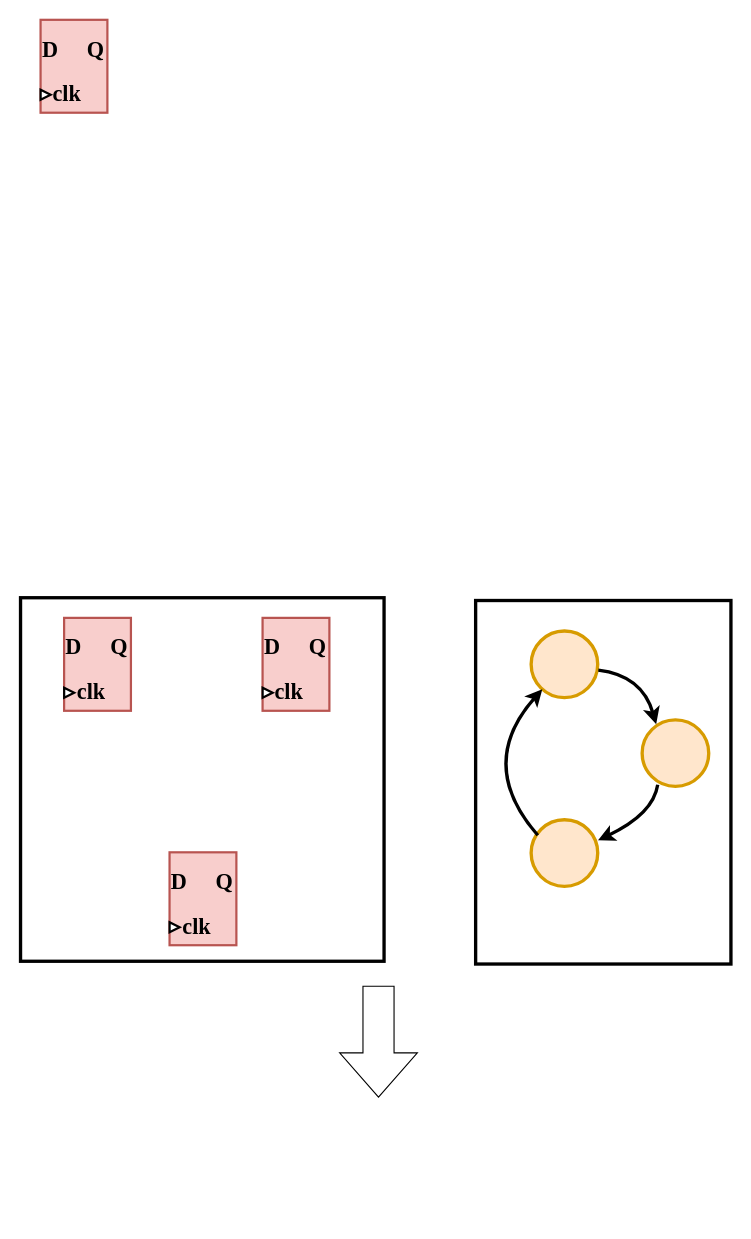
kxzhu0505/LogicSynOpt keeps this draw.io diagram as logicsynthesis.drawio. Above is the earlier version. Source tidied: cells renumbered, new cells numbered last; positions are measured from the earlier drawing's top-left corner, leaving out a move shared by most shapes. Both pictures are drawn from the tidied source at 111%, with x=0, y=0 at pixel (20, 20).
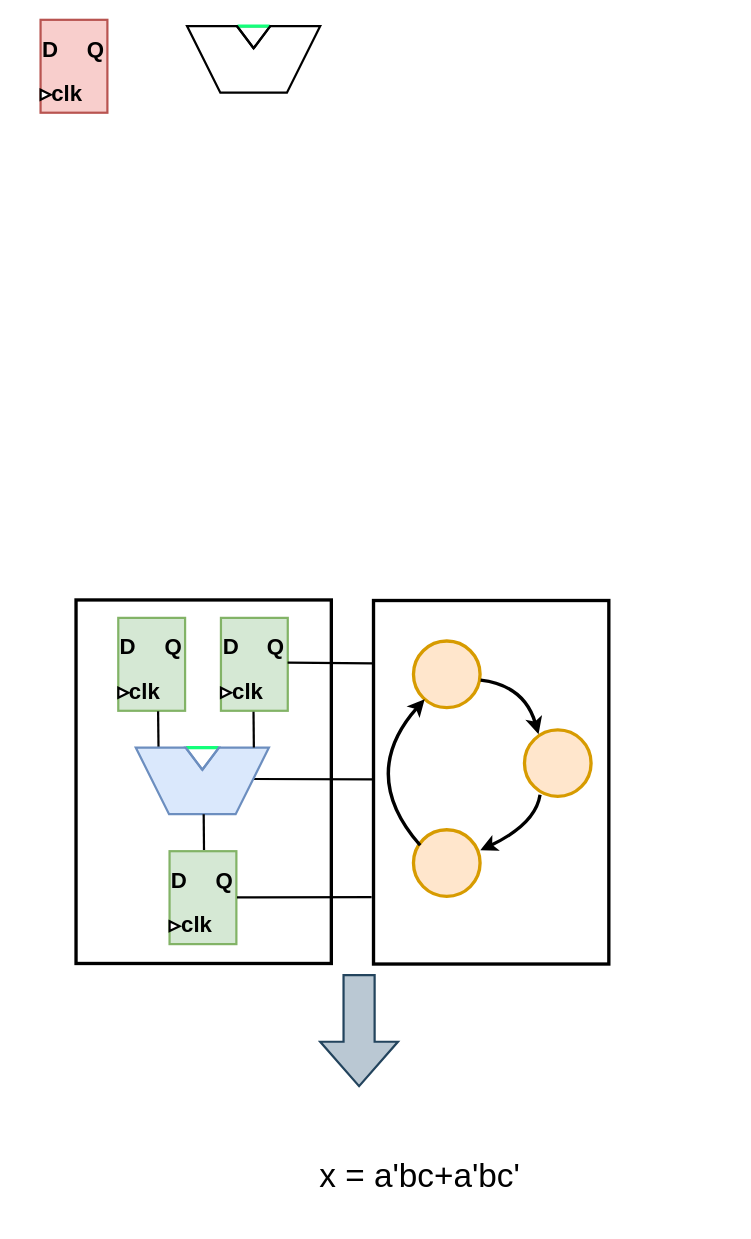
After the change.

Diff of the diagram source:
```diff
@@
-    <mxCell id="2" style="whiteSpace=wrap;html=1;strokeWidth=3;" parent="1" vertex="1">
-      <mxGeometry y="520" width="327.5" height="327.5" as="geometry" />
-    </mxCell>
-    <mxCell id="3" style="group;" parent="1" vertex="1">
+    <mxCell id="3" style="group;fontFamily=Helvetica;" parent="1" vertex="1">
       <mxGeometry width="95" height="82.5" as="geometry" />
     </mxCell>
-    <mxCell id="4" style="rounded=0;whiteSpace=wrap;html=1;rotation=90;strokeWidth=2;fontFamily=Times New Roman;fillColor=#f8cecc;strokeColor=#b85450;" parent="3" vertex="1">
+    <mxCell id="4" style="rounded=0;whiteSpace=wrap;html=1;rotation=90;strokeWidth=2;fontFamily=Helvetica;fillColor=#f8cecc;strokeColor=#b85450;" parent="3" vertex="1">
       <mxGeometry x="6.3" y="11.1" width="83.7" height="60.2" as="geometry" />
     </mxCell>
-    <mxCell id="5" value="&lt;font size=&quot;1&quot;&gt;&lt;b style=&quot;font-size: 20px;&quot;&gt;D&lt;/b&gt;&lt;/font&gt;" style="text;html=1;strokeColor=none;fillColor=none;align=center;verticalAlign=middle;whiteSpace=wrap;rounded=0;strokeWidth=2;fontFamily=Times New Roman;" parent="3" vertex="1">
+    <mxCell id="5" value="&lt;font size=&quot;1&quot;&gt;&lt;b style=&quot;font-size: 20px;&quot;&gt;D&lt;/b&gt;&lt;/font&gt;" style="text;html=1;strokeColor=none;fillColor=none;align=center;verticalAlign=middle;whiteSpace=wrap;rounded=0;strokeWidth=2;fontFamily=Helvetica;" parent="3" vertex="1">
       <mxGeometry y="11.1" width="54.3" height="26.8" as="geometry" />
     </mxCell>
-    <mxCell id="6" value="&lt;font size=&quot;1&quot;&gt;&lt;b style=&quot;font-size: 20px;&quot;&gt;Q&lt;/b&gt;&lt;/font&gt;" style="text;html=1;strokeColor=none;fillColor=none;align=center;verticalAlign=middle;whiteSpace=wrap;rounded=0;strokeWidth=2;fontFamily=Times New Roman;" parent="3" vertex="1">
+    <mxCell id="6" value="&lt;font size=&quot;1&quot;&gt;&lt;b style=&quot;font-size: 20px;&quot;&gt;Q&lt;/b&gt;&lt;/font&gt;" style="text;html=1;strokeColor=none;fillColor=none;align=center;verticalAlign=middle;whiteSpace=wrap;rounded=0;strokeWidth=2;fontFamily=Helvetica;" parent="3" vertex="1">
       <mxGeometry x="40.7" y="11.1" width="54.3" height="26.8" as="geometry" />
     </mxCell>
-    <mxCell id="7" style="triangle;whiteSpace=wrap;html=1;strokeWidth=2;fontFamily=Times New Roman;" parent="3" vertex="1">
+    <mxCell id="7" style="triangle;whiteSpace=wrap;html=1;strokeWidth=2;fontFamily=Helvetica;" parent="3" vertex="1">
       <mxGeometry x="18.1" y="62.4" width="9" height="8.9" as="geometry" />
     </mxCell>
-    <mxCell id="8" value="&lt;font size=&quot;1&quot;&gt;&lt;b style=&quot;font-size: 20px;&quot;&gt;clk&lt;/b&gt;&lt;/font&gt;" style="text;html=1;strokeColor=none;fillColor=none;align=center;verticalAlign=middle;whiteSpace=wrap;rounded=0;strokeWidth=2;fontFamily=Times New Roman;" parent="3" vertex="1">
+    <mxCell id="8" value="&lt;font size=&quot;1&quot;&gt;&lt;b style=&quot;font-size: 20px;&quot;&gt;clk&lt;/b&gt;&lt;/font&gt;" style="text;html=1;strokeColor=none;fillColor=none;align=center;verticalAlign=middle;whiteSpace=wrap;rounded=0;strokeWidth=2;fontFamily=Helvetica;" parent="3" vertex="1">
       <mxGeometry x="15.4" y="51.7" width="54.3" height="26.8" as="geometry" />
     </mxCell>
-    <mxCell id="9" style="rounded=0;whiteSpace=wrap;html=1;strokeWidth=3;" parent="1" vertex="1">
-      <mxGeometry x="410" y="522.5" width="230" height="327.5" as="geometry" />
+    <mxCell id="9" style="rounded=0;whiteSpace=wrap;html=1;strokeWidth=3;fontFamily=Helvetica;" parent="1" vertex="1">
+      <mxGeometry x="318" y="522.5" width="212" height="327.5" as="geometry" />
     </mxCell>
-    <mxCell id="10" style="ellipse;whiteSpace=wrap;html=1;fillColor=#ffe6cc;strokeColor=#d79b00;strokeWidth=3;" parent="1" vertex="1">
-      <mxGeometry x="460" y="550" width="60" height="60" as="geometry" />
+    <mxCell id="10" style="ellipse;whiteSpace=wrap;html=1;fillColor=#ffe6cc;strokeColor=#d79b00;strokeWidth=3;fontFamily=Helvetica;" parent="1" vertex="1">
+      <mxGeometry x="354" y="559" width="60" height="60" as="geometry" />
     </mxCell>
-    <mxCell id="11" style="ellipse;whiteSpace=wrap;html=1;fillColor=#ffe6cc;strokeColor=#d79b00;strokeWidth=3;" parent="1" vertex="1">
-      <mxGeometry x="560" y="630" width="60" height="60" as="geometry" />
+    <mxCell id="11" style="ellipse;whiteSpace=wrap;html=1;fillColor=#ffe6cc;strokeColor=#d79b00;strokeWidth=3;fontFamily=Helvetica;" parent="1" vertex="1">
+      <mxGeometry x="454" y="639" width="60" height="60" as="geometry" />
     </mxCell>
-    <mxCell id="12" style="ellipse;whiteSpace=wrap;html=1;fillColor=#ffe6cc;strokeColor=#d79b00;strokeWidth=3;" parent="1" vertex="1">
-      <mxGeometry x="460" y="720" width="60" height="60" as="geometry" />
+    <mxCell id="12" style="ellipse;whiteSpace=wrap;html=1;fillColor=#ffe6cc;strokeColor=#d79b00;strokeWidth=3;fontFamily=Helvetica;" parent="1" vertex="1">
+      <mxGeometry x="354" y="729" width="60" height="60" as="geometry" />
     </mxCell>
-    <mxCell id="13" style="curved=1;endArrow=classic;html=1;rounded=0;strokeWidth=3;exitX=0.427;exitY=1.016;exitDx=0;exitDy=0;exitPerimeter=0;" parent="1" edge="1" target="10">
+    <mxCell id="13" style="curved=1;endArrow=classic;html=1;rounded=0;strokeWidth=3;exitX=0.427;exitY=1.016;exitDx=0;exitDy=0;exitPerimeter=0;fontFamily=Helvetica;" parent="1" edge="1" target="10">
       <mxGeometry relative="1" as="geometry">
-        <mxPoint x="466" y="734" as="sourcePoint" />
+        <mxPoint x="360" y="743" as="sourcePoint" />
         <Array as="points">
-          <mxPoint x="410" y="670" />
+          <mxPoint x="304" y="679" />
         </Array>
       </mxGeometry>
     </mxCell>
-    <mxCell id="14" style="curved=1;endArrow=classic;html=1;rounded=0;strokeWidth=3;exitX=1.009;exitY=0.588;exitDx=0;exitDy=0;exitPerimeter=0;entryX=0.211;entryY=0.066;entryDx=0;entryDy=0;entryPerimeter=0;" parent="1" edge="1" source="10" target="11">
+    <mxCell id="14" style="curved=1;endArrow=classic;html=1;rounded=0;strokeWidth=3;exitX=1.009;exitY=0.588;exitDx=0;exitDy=0;exitPerimeter=0;entryX=0.211;entryY=0.066;entryDx=0;entryDy=0;entryPerimeter=0;fontFamily=Helvetica;" parent="1" edge="1" source="10" target="11">
       <mxGeometry relative="1" as="geometry">
         <Array as="points">
-          <mxPoint x="560" y="590" />
+          <mxPoint x="454" y="599" />
         </Array>
       </mxGeometry>
     </mxCell>
-    <mxCell id="15" style="curved=1;endArrow=classic;html=1;rounded=0;strokeWidth=3;exitX=0.234;exitY=0.976;exitDx=0;exitDy=0;exitPerimeter=0;entryX=1.004;entryY=0.308;entryDx=0;entryDy=0;entryPerimeter=0;" parent="1" edge="1" source="11" target="12">
+    <mxCell id="15" style="curved=1;endArrow=classic;html=1;rounded=0;strokeWidth=3;exitX=0.234;exitY=0.976;exitDx=0;exitDy=0;exitPerimeter=0;entryX=1.004;entryY=0.308;entryDx=0;entryDy=0;entryPerimeter=0;fontFamily=Helvetica;" parent="1" edge="1" source="11" target="12">
       <mxGeometry relative="1" as="geometry">
         <Array as="points">
-          <mxPoint x="570" y="715" />
+          <mxPoint x="464" y="724" />
         </Array>
       </mxGeometry>
     </mxCell>
-    <mxCell id="16" style="html=1;shadow=0;dashed=0;align=center;verticalAlign=middle;shape=mxgraph.arrows2.arrow;dy=0.6;dx=40;direction=south;notch=0;" parent="1" vertex="1">
-      <mxGeometry x="287.5" y="870" width="70" height="100" as="geometry" />
+    <mxCell id="16" style="html=1;shadow=0;dashed=0;align=center;verticalAlign=middle;shape=mxgraph.arrows2.arrow;dy=0.6;dx=40;direction=south;notch=0;fillColor=#bac8d3;strokeColor=#23445d;strokeWidth=2;fontFamily=Helvetica;" parent="1" vertex="1">
+      <mxGeometry x="270" y="860" width="70" height="100" as="geometry" />
     </mxCell>
-    <mxCell id="17" style="group;" parent="1" vertex="1">
-      <mxGeometry x="21.2" y="538.8" width="95" height="82.5" as="geometry" />
+    <mxCell id="17" style="group;fontFamily=Helvetica;" parent="1" vertex="1">
+      <mxGeometry x="70" y="538.8" width="210" height="308.8" as="geometry" />
     </mxCell>
+    <mxCell id="35" style="rounded=0;whiteSpace=wrap;html=1;strokeWidth=3;fontFamily=Helvetica;" parent="17" vertex="1">
+      <mxGeometry x="-20" y="-16.8" width="230" height="327.5" as="geometry" />
+    </mxCell>
-    <mxCell id="18" style="rounded=0;whiteSpace=wrap;html=1;rotation=90;strokeWidth=2;fontFamily=Times New Roman;fillColor=#f8cecc;strokeColor=#b85450;" parent="17" vertex="1">
+    <mxCell id="18" style="rounded=0;whiteSpace=wrap;html=1;rotation=90;strokeWidth=2;fontFamily=Helvetica;fillColor=#d5e8d4;strokeColor=#82b366;" parent="17" vertex="1">
       <mxGeometry x="6.3" y="11.1" width="83.7" height="60.2" as="geometry" />
     </mxCell>
-    <mxCell id="19" value="&lt;font size=&quot;1&quot;&gt;&lt;b style=&quot;font-size: 20px;&quot;&gt;D&lt;/b&gt;&lt;/font&gt;" style="text;html=1;strokeColor=none;fillColor=none;align=center;verticalAlign=middle;whiteSpace=wrap;rounded=0;strokeWidth=2;fontFamily=Times New Roman;" parent="17" vertex="1">
+    <mxCell id="19" value="&lt;font size=&quot;1&quot;&gt;&lt;b style=&quot;font-size: 20px;&quot;&gt;D&lt;/b&gt;&lt;/font&gt;" style="text;html=1;strokeColor=none;fillColor=none;align=center;verticalAlign=middle;whiteSpace=wrap;rounded=0;strokeWidth=2;fontFamily=Helvetica;" parent="17" vertex="1">
       <mxGeometry y="11.1" width="54.3" height="26.8" as="geometry" />
     </mxCell>
-    <mxCell id="20" value="&lt;font size=&quot;1&quot;&gt;&lt;b style=&quot;font-size: 20px;&quot;&gt;Q&lt;/b&gt;&lt;/font&gt;" style="text;html=1;strokeColor=none;fillColor=none;align=center;verticalAlign=middle;whiteSpace=wrap;rounded=0;strokeWidth=2;fontFamily=Times New Roman;" parent="17" vertex="1">
+    <mxCell id="20" value="&lt;font size=&quot;1&quot;&gt;&lt;b style=&quot;font-size: 20px;&quot;&gt;Q&lt;/b&gt;&lt;/font&gt;" style="text;html=1;strokeColor=none;fillColor=none;align=center;verticalAlign=middle;whiteSpace=wrap;rounded=0;strokeWidth=2;fontFamily=Helvetica;" parent="17" vertex="1">
       <mxGeometry x="40.7" y="11.1" width="54.3" height="26.8" as="geometry" />
     </mxCell>
-    <mxCell id="21" style="triangle;whiteSpace=wrap;html=1;strokeWidth=2;fontFamily=Times New Roman;" parent="17" vertex="1">
+    <mxCell id="21" style="triangle;whiteSpace=wrap;html=1;strokeWidth=2;fontFamily=Helvetica;" parent="17" vertex="1">
       <mxGeometry x="18.1" y="62.4" width="9" height="8.9" as="geometry" />
     </mxCell>
-    <mxCell id="22" value="&lt;font size=&quot;1&quot;&gt;&lt;b style=&quot;font-size: 20px;&quot;&gt;clk&lt;/b&gt;&lt;/font&gt;" style="text;html=1;strokeColor=none;fillColor=none;align=center;verticalAlign=middle;whiteSpace=wrap;rounded=0;strokeWidth=2;fontFamily=Times New Roman;" parent="17" vertex="1">
+    <mxCell id="22" value="&lt;font size=&quot;1&quot;&gt;&lt;b style=&quot;font-size: 20px;&quot;&gt;clk&lt;/b&gt;&lt;/font&gt;" style="text;html=1;strokeColor=none;fillColor=none;align=center;verticalAlign=middle;whiteSpace=wrap;rounded=0;strokeWidth=2;fontFamily=Helvetica;" parent="17" vertex="1">
       <mxGeometry x="15.4" y="51.7" width="54.3" height="26.8" as="geometry" />
     </mxCell>
+    <mxCell id="36" style="endArrow=none;html=1;rounded=0;endSize=6;strokeWidth=2;entryX=0.82;entryY=0.974;entryDx=0;entryDy=0;entryPerimeter=0;exitX=1.006;exitY=0.404;exitDx=0;exitDy=0;exitPerimeter=0;fontFamily=Helvetica;" parent="17" edge="1" source="18">
+      <mxGeometry relative="1" as="geometry">
+        <mxPoint x="54.3" y="116.2" as="targetPoint" />
+      </mxGeometry>
+    </mxCell>
+    <mxCell id="37" style="endArrow=none;html=1;rounded=0;endSize=6;strokeWidth=2;exitX=-0.004;exitY=0.492;exitDx=0;exitDy=0;exitPerimeter=0;entryX=0.481;entryY=0.002;entryDx=0;entryDy=0;entryPerimeter=0;fontFamily=Helvetica;" parent="17" edge="1" source="9">
+      <mxGeometry relative="1" as="geometry">
+        <mxPoint x="140" y="144.5" as="targetPoint" />
+      </mxGeometry>
+    </mxCell>
-    <mxCell id="23" style="group;" parent="1" vertex="1">
-      <mxGeometry x="200" y="538.8" width="95" height="82.5" as="geometry" />
+    <mxCell id="23" style="group;fontFamily=Helvetica;" parent="1" vertex="1">
+      <mxGeometry x="162.5" y="538.8" width="95" height="82.5" as="geometry" />
     </mxCell>
-    <mxCell id="24" style="rounded=0;whiteSpace=wrap;html=1;rotation=90;strokeWidth=2;fontFamily=Times New Roman;fillColor=#f8cecc;strokeColor=#b85450;" parent="23" vertex="1">
+    <mxCell id="24" style="rounded=0;whiteSpace=wrap;html=1;rotation=90;strokeWidth=2;fontFamily=Helvetica;fillColor=#d5e8d4;strokeColor=#82b366;" parent="23" vertex="1">
       <mxGeometry x="6.3" y="11.1" width="83.7" height="60.2" as="geometry" />
     </mxCell>
-    <mxCell id="25" value="&lt;font size=&quot;1&quot;&gt;&lt;b style=&quot;font-size: 20px;&quot;&gt;D&lt;/b&gt;&lt;/font&gt;" style="text;html=1;strokeColor=none;fillColor=none;align=center;verticalAlign=middle;whiteSpace=wrap;rounded=0;strokeWidth=2;fontFamily=Times New Roman;" parent="23" vertex="1">
+    <mxCell id="25" value="&lt;font size=&quot;1&quot;&gt;&lt;b style=&quot;font-size: 20px;&quot;&gt;D&lt;/b&gt;&lt;/font&gt;" style="text;html=1;strokeColor=none;fillColor=none;align=center;verticalAlign=middle;whiteSpace=wrap;rounded=0;strokeWidth=2;fontFamily=Helvetica;" parent="23" vertex="1">
       <mxGeometry y="11.1" width="54.3" height="26.8" as="geometry" />
     </mxCell>
-    <mxCell id="26" value="&lt;font size=&quot;1&quot;&gt;&lt;b style=&quot;font-size: 20px;&quot;&gt;Q&lt;/b&gt;&lt;/font&gt;" style="text;html=1;strokeColor=none;fillColor=none;align=center;verticalAlign=middle;whiteSpace=wrap;rounded=0;strokeWidth=2;fontFamily=Times New Roman;" parent="23" vertex="1">
+    <mxCell id="26" value="&lt;font size=&quot;1&quot;&gt;&lt;b style=&quot;font-size: 20px;&quot;&gt;Q&lt;/b&gt;&lt;/font&gt;" style="text;html=1;strokeColor=none;fillColor=none;align=center;verticalAlign=middle;whiteSpace=wrap;rounded=0;strokeWidth=2;fontFamily=Helvetica;" parent="23" vertex="1">
       <mxGeometry x="40.7" y="11.1" width="54.3" height="26.8" as="geometry" />
     </mxCell>
-    <mxCell id="27" style="triangle;whiteSpace=wrap;html=1;strokeWidth=2;fontFamily=Times New Roman;" parent="23" vertex="1">
+    <mxCell id="27" style="triangle;whiteSpace=wrap;html=1;strokeWidth=2;fontFamily=Helvetica;" parent="23" vertex="1">
       <mxGeometry x="18.1" y="62.4" width="9" height="8.9" as="geometry" />
     </mxCell>
-    <mxCell id="28" value="&lt;font size=&quot;1&quot;&gt;&lt;b style=&quot;font-size: 20px;&quot;&gt;clk&lt;/b&gt;&lt;/font&gt;" style="text;html=1;strokeColor=none;fillColor=none;align=center;verticalAlign=middle;whiteSpace=wrap;rounded=0;strokeWidth=2;fontFamily=Times New Roman;" parent="23" vertex="1">
+    <mxCell id="28" value="&lt;font size=&quot;1&quot;&gt;&lt;b style=&quot;font-size: 20px;&quot;&gt;clk&lt;/b&gt;&lt;/font&gt;" style="text;html=1;strokeColor=none;fillColor=none;align=center;verticalAlign=middle;whiteSpace=wrap;rounded=0;strokeWidth=2;fontFamily=Helvetica;" parent="23" vertex="1">
       <mxGeometry x="15.4" y="51.7" width="54.3" height="26.8" as="geometry" />
     </mxCell>
-    <mxCell id="29" style="group;" parent="1" vertex="1">
-      <mxGeometry x="116.2" y="750" width="95" height="82.5" as="geometry" />
+    <mxCell id="29" style="group;fontFamily=Helvetica;" parent="1" vertex="1">
+      <mxGeometry x="116.2" y="749" width="95" height="82.5" as="geometry" />
     </mxCell>
-    <mxCell id="30" style="rounded=0;whiteSpace=wrap;html=1;rotation=90;strokeWidth=2;fontFamily=Times New Roman;fillColor=#f8cecc;strokeColor=#b85450;" parent="29" vertex="1">
+    <mxCell id="30" style="rounded=0;whiteSpace=wrap;html=1;rotation=90;strokeWidth=2;fontFamily=Helvetica;fillColor=#d5e8d4;strokeColor=#82b366;" parent="29" vertex="1">
       <mxGeometry x="6.3" y="11.1" width="83.7" height="60.2" as="geometry" />
     </mxCell>
-    <mxCell id="31" value="&lt;font size=&quot;1&quot;&gt;&lt;b style=&quot;font-size: 20px;&quot;&gt;D&lt;/b&gt;&lt;/font&gt;" style="text;html=1;strokeColor=none;fillColor=none;align=center;verticalAlign=middle;whiteSpace=wrap;rounded=0;strokeWidth=2;fontFamily=Times New Roman;" parent="29" vertex="1">
+    <mxCell id="31" value="&lt;font size=&quot;1&quot;&gt;&lt;b style=&quot;font-size: 20px;&quot;&gt;D&lt;/b&gt;&lt;/font&gt;" style="text;html=1;strokeColor=none;fillColor=none;align=center;verticalAlign=middle;whiteSpace=wrap;rounded=0;strokeWidth=2;fontFamily=Helvetica;" parent="29" vertex="1">
       <mxGeometry y="11.1" width="54.3" height="26.8" as="geometry" />
     </mxCell>
-    <mxCell id="32" value="&lt;font size=&quot;1&quot;&gt;&lt;b style=&quot;font-size: 20px;&quot;&gt;Q&lt;/b&gt;&lt;/font&gt;" style="text;html=1;strokeColor=none;fillColor=none;align=center;verticalAlign=middle;whiteSpace=wrap;rounded=0;strokeWidth=2;fontFamily=Times New Roman;" parent="29" vertex="1">
+    <mxCell id="32" value="&lt;font size=&quot;1&quot;&gt;&lt;b style=&quot;font-size: 20px;&quot;&gt;Q&lt;/b&gt;&lt;/font&gt;" style="text;html=1;strokeColor=none;fillColor=none;align=center;verticalAlign=middle;whiteSpace=wrap;rounded=0;strokeWidth=2;fontFamily=Helvetica;" parent="29" vertex="1">
       <mxGeometry x="40.7" y="11.1" width="54.3" height="26.8" as="geometry" />
     </mxCell>
-    <mxCell id="33" style="triangle;whiteSpace=wrap;html=1;strokeWidth=2;fontFamily=Times New Roman;" parent="29" vertex="1">
+    <mxCell id="33" style="triangle;whiteSpace=wrap;html=1;strokeWidth=2;fontFamily=Helvetica;" parent="29" vertex="1">
       <mxGeometry x="18.1" y="62.4" width="9" height="8.9" as="geometry" />
     </mxCell>
-    <mxCell id="34" value="&lt;font size=&quot;1&quot;&gt;&lt;b style=&quot;font-size: 20px;&quot;&gt;clk&lt;/b&gt;&lt;/font&gt;" style="text;html=1;strokeColor=none;fillColor=none;align=center;verticalAlign=middle;whiteSpace=wrap;rounded=0;strokeWidth=2;fontFamily=Times New Roman;" parent="29" vertex="1">
+    <mxCell id="34" value="&lt;font size=&quot;1&quot;&gt;&lt;b style=&quot;font-size: 20px;&quot;&gt;clk&lt;/b&gt;&lt;/font&gt;" style="text;html=1;strokeColor=none;fillColor=none;align=center;verticalAlign=middle;whiteSpace=wrap;rounded=0;strokeWidth=2;fontFamily=Helvetica;" parent="29" vertex="1">
       <mxGeometry x="15.4" y="51.7" width="54.3" height="26.8" as="geometry" />
     </mxCell>
+    <mxCell id="38" style="shape=trapezoid;perimeter=trapezoidPerimeter;whiteSpace=wrap;html=1;fixedSize=1;rotation=-180;strokeWidth=2;size=30;fontFamily=Helvetica;" parent="1" vertex="1">
+      <mxGeometry x="150" y="5" width="120" height="60" as="geometry" />
+    </mxCell>
+    <mxCell id="39" style="triangle;whiteSpace=wrap;html=1;rotation=90;strokeWidth=2;fontFamily=Helvetica;" parent="1" vertex="1">
+      <mxGeometry x="200" width="20" height="30" as="geometry" />
+    </mxCell>
+    <mxCell id="40" style="endArrow=none;html=1;rounded=0;strokeColor=#14FF7A;strokeWidth=3;curved=0;fontFamily=Helvetica;" parent="1" edge="1">
+      <mxGeometry relative="1" as="geometry">
+        <mxPoint x="195.5" y="5" as="sourcePoint" />
+        <mxPoint x="224.5" y="5" as="targetPoint" />
+      </mxGeometry>
+    </mxCell>
+    <mxCell id="41" style="endArrow=none;html=1;rounded=0;exitX=0.627;exitY=1.005;exitDx=0;exitDy=0;exitPerimeter=0;entryX=1;entryY=0.5;entryDx=0;entryDy=0;strokeWidth=2;fontFamily=Helvetica;" parent="1" edge="1" source="38" target="39">
+      <mxGeometry relative="1" as="geometry" />
+    </mxCell>
+    <mxCell id="42" style="endArrow=none;html=1;rounded=0;exitX=1;exitY=0.5;exitDx=0;exitDy=0;entryX=0.373;entryY=1.008;entryDx=0;entryDy=0;strokeWidth=2;entryPerimeter=0;fontFamily=Helvetica;" parent="1" edge="1" source="39" target="38">
+      <mxGeometry relative="1" as="geometry" />
+    </mxCell>
+    <mxCell id="43" style="shape=trapezoid;perimeter=trapezoidPerimeter;whiteSpace=wrap;html=1;fixedSize=1;rotation=-180;strokeWidth=2;size=30;fillColor=#dae8fc;strokeColor=#6c8ebf;fontFamily=Helvetica;" parent="1" vertex="1">
+      <mxGeometry x="103.8" y="655" width="120" height="60" as="geometry" />
+    </mxCell>
+    <mxCell id="44" style="triangle;whiteSpace=wrap;html=1;rotation=90;strokeWidth=2;fillColor=#ffffff;strokeColor=#6C8EBF;fontFamily=Helvetica;" parent="1" vertex="1">
+      <mxGeometry x="153.8" y="650" width="20" height="30" as="geometry" />
+    </mxCell>
+    <mxCell id="45" style="endArrow=none;html=1;rounded=0;strokeColor=#14FF7A;strokeWidth=3;curved=0;fontFamily=Helvetica;" parent="1" edge="1">
+      <mxGeometry relative="1" as="geometry">
+        <mxPoint x="149.2" y="655" as="sourcePoint" />
+        <mxPoint x="178.2" y="655" as="targetPoint" />
+      </mxGeometry>
+    </mxCell>
+    <mxCell id="46" style="endArrow=none;html=1;rounded=0;exitX=0.627;exitY=1.005;exitDx=0;exitDy=0;exitPerimeter=0;entryX=1;entryY=0.5;entryDx=0;entryDy=0;strokeWidth=2;strokeColor=#6C8EBF;fontFamily=Helvetica;" parent="1" edge="1" source="43" target="44">
+      <mxGeometry relative="1" as="geometry" />
+    </mxCell>
+    <mxCell id="47" style="endArrow=none;html=1;rounded=0;exitX=1;exitY=0.5;exitDx=0;exitDy=0;entryX=0.373;entryY=1.008;entryDx=0;entryDy=0;strokeWidth=2;entryPerimeter=0;strokeColor=#6C8EBF;fontFamily=Helvetica;" parent="1" edge="1" source="44" target="43">
+      <mxGeometry relative="1" as="geometry" />
+    </mxCell>
+    <mxCell id="48" style="endArrow=none;html=1;rounded=0;endSize=6;strokeWidth=2;entryX=0.82;entryY=0.974;entryDx=0;entryDy=0;entryPerimeter=0;exitX=1.006;exitY=0.404;exitDx=0;exitDy=0;exitPerimeter=0;fontFamily=Helvetica;" parent="1" edge="1">
+      <mxGeometry relative="1" as="geometry">
+        <mxPoint x="209.9" y="622.8" as="sourcePoint" />
+        <mxPoint x="210.2" y="655" as="targetPoint" />
+      </mxGeometry>
+    </mxCell>
+    <mxCell id="49" style="endArrow=none;html=1;rounded=0;endSize=6;strokeWidth=2;entryX=0.82;entryY=0.974;entryDx=0;entryDy=0;entryPerimeter=0;exitX=1.006;exitY=0.404;exitDx=0;exitDy=0;exitPerimeter=0;fontFamily=Helvetica;" parent="1" edge="1">
+      <mxGeometry relative="1" as="geometry">
+        <mxPoint x="165" y="715" as="sourcePoint" />
+        <mxPoint x="165.3" y="747.2" as="targetPoint" />
+      </mxGeometry>
+    </mxCell>
+    <mxCell id="50" style="endArrow=none;html=1;rounded=0;endSize=6;strokeWidth=2;exitX=-0.003;exitY=0.173;exitDx=0;exitDy=0;exitPerimeter=0;entryX=0.481;entryY=0.002;entryDx=0;entryDy=0;entryPerimeter=0;fontFamily=Helvetica;" parent="1" edge="1" source="9" target="24">
+      <mxGeometry relative="1" as="geometry" />
+    </mxCell>
+    <mxCell id="51" style="endArrow=none;html=1;rounded=0;endSize=6;strokeWidth=2;exitX=-0.008;exitY=0.816;exitDx=0;exitDy=0;exitPerimeter=0;entryX=0.481;entryY=0.002;entryDx=0;entryDy=0;entryPerimeter=0;fontFamily=Helvetica;" parent="1" edge="1" source="9">
+      <mxGeometry relative="1" as="geometry">
+        <mxPoint x="195" y="790" as="targetPoint" />
+      </mxGeometry>
+    </mxCell>
+    <mxCell id="52" value="&lt;font style=&quot;font-size: 30px;&quot;&gt;x = a'bc+a'bc'&lt;/font&gt;" style="text;html=1;align=center;verticalAlign=middle;whiteSpace=wrap;rounded=0;fontFamily=Helvetica;" parent="1" vertex="1">
+      <mxGeometry x="140" y="1000" width="440" height="80" as="geometry" />
+    </mxCell>
```
